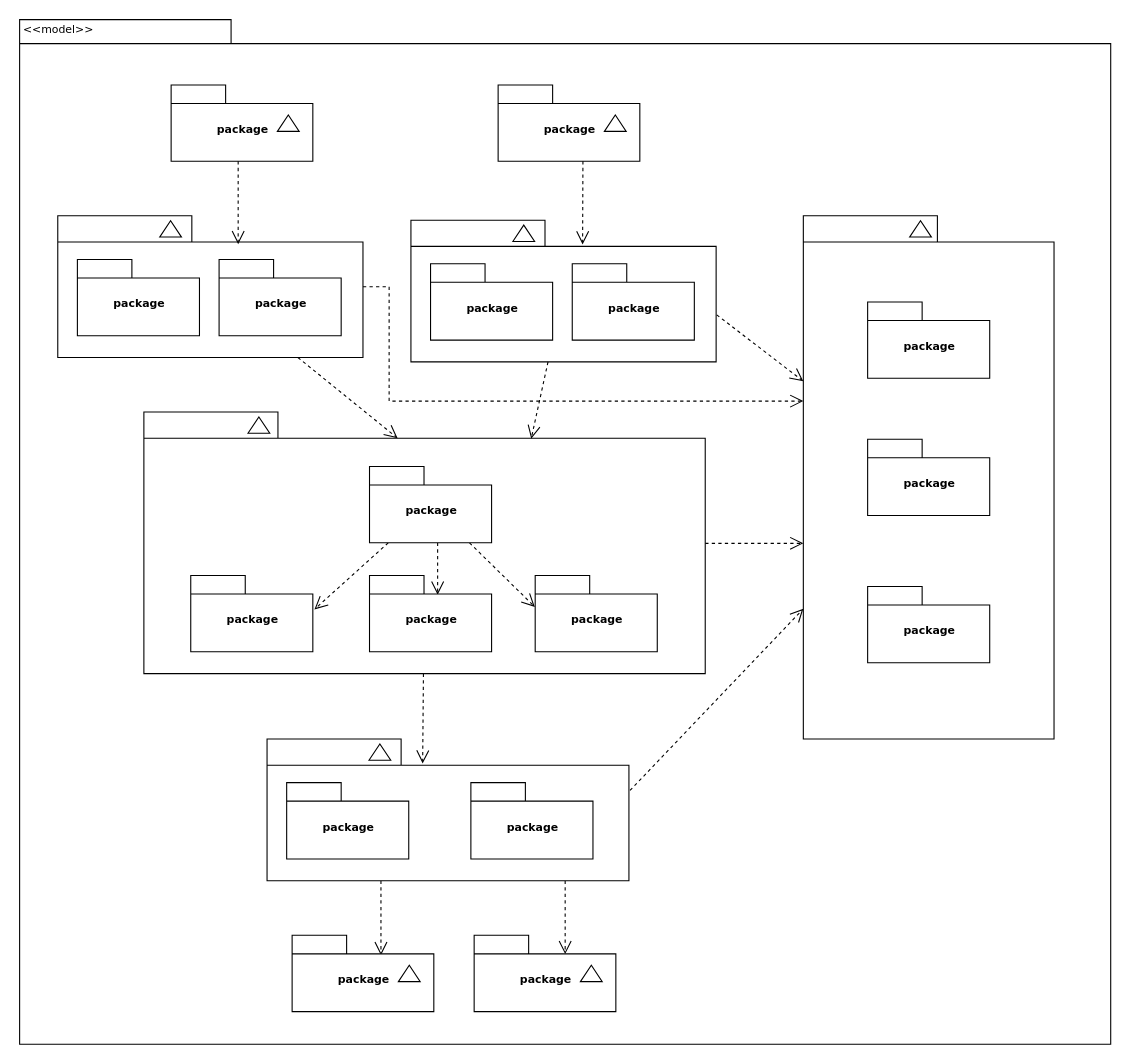
This is documentation/diagrams/Untitled Diagram.drawio from CharlieJP05/GDIP, a draw.io file, before an edit. Source tidied: cells renumbered, new cells numbered last; positions are measured from the earlier drawing's top-left corner, leaving out a move shared by most shapes. Both pictures are drawn from the tidied source at 109%, with x=0, y=0 at pixel (19, 19).
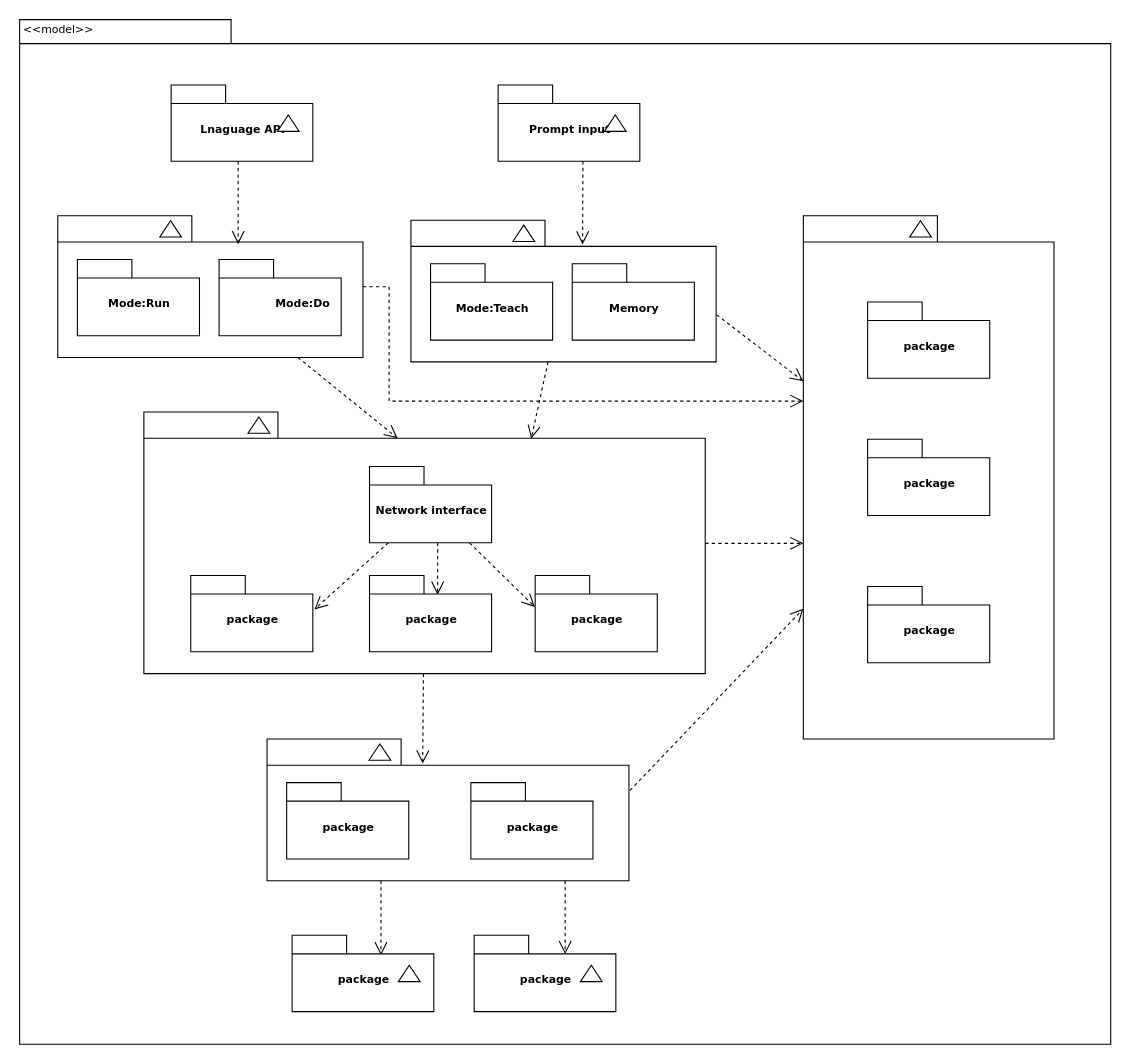
After the change.

The change refers to these unchanged cells:
```xml
<mxCell id="3" style="group;" parent="1" vertex="1">
  <mxGeometry x="139.5" y="60.5" width="130" height="70" as="geometry" />
</mxCell>
<mxCell id="6" style="group;" parent="1" vertex="1">
  <mxGeometry x="439.5" y="60.5" width="130" height="70" as="geometry" />
</mxCell>
<mxCell id="9" style="group;" parent="1" vertex="1">
  <mxGeometry x="35.5" y="180.5" width="280" height="130" as="geometry" />
</mxCell>
<mxCell id="14" style="group;" parent="1" vertex="1">
  <mxGeometry x="359.5" y="184.5" width="280" height="130" as="geometry" />
</mxCell>
```

What changed in the source:
```diff
@@
-    <mxCell id="4" value="package" style="shape=folder;fontStyle=1;spacingTop=10;tabWidth=50;tabHeight=17;tabPosition=left;html=1;rounded=0;shadow=0;comic=0;labelBackgroundColor=none;strokeWidth=1;fontFamily=Verdana;fontSize=10;align=center;" parent="3" vertex="1">
+    <mxCell id="4" value="Lnaguage API" style="shape=folder;fontStyle=1;spacingTop=10;tabWidth=50;tabHeight=17;tabPosition=left;html=1;rounded=0;shadow=0;comic=0;labelBackgroundColor=none;strokeWidth=1;fontFamily=Verdana;fontSize=10;align=center;" parent="3" vertex="1">
       <mxGeometry width="130" height="70" as="geometry" />
     </mxCell>
@@
-    <mxCell id="7" value="package" style="shape=folder;fontStyle=1;spacingTop=10;tabWidth=50;tabHeight=17;tabPosition=left;html=1;rounded=0;shadow=0;comic=0;labelBackgroundColor=none;strokeWidth=1;fontFamily=Verdana;fontSize=10;align=center;" parent="6" vertex="1">
+    <mxCell id="7" value="Prompt input" style="shape=folder;fontStyle=1;spacingTop=10;tabWidth=50;tabHeight=17;tabPosition=left;html=1;rounded=0;shadow=0;comic=0;labelBackgroundColor=none;strokeWidth=1;fontFamily=Verdana;fontSize=10;align=center;" parent="6" vertex="1">
       <mxGeometry width="130" height="70" as="geometry" />
     </mxCell>
@@
-    <mxCell id="12" value="package" style="shape=folder;fontStyle=1;spacingTop=10;tabWidth=50;tabHeight=17;tabPosition=left;html=1;rounded=0;shadow=0;comic=0;labelBackgroundColor=none;strokeWidth=1;fontFamily=Verdana;fontSize=10;align=center;" parent="9" vertex="1">
+    <mxCell id="12" value="Mode:Run" style="shape=folder;fontStyle=1;spacingTop=10;tabWidth=50;tabHeight=17;tabPosition=left;html=1;rounded=0;shadow=0;comic=0;labelBackgroundColor=none;strokeWidth=1;fontFamily=Verdana;fontSize=10;align=center;" parent="9" vertex="1">
       <mxGeometry x="18" y="40" width="112" height="70" as="geometry" />
     </mxCell>
-    <mxCell id="13" value="package" style="shape=folder;fontStyle=1;spacingTop=10;tabWidth=50;tabHeight=17;tabPosition=left;html=1;rounded=0;shadow=0;comic=0;labelBackgroundColor=none;strokeWidth=1;fontFamily=Verdana;fontSize=10;align=center;" parent="9" vertex="1">
+    <mxCell id="13" value="&lt;blockquote style=&quot;margin: 0 0 0 40px; border: none; padding: 0px;&quot;&gt;Mode:Do&lt;/blockquote&gt;" style="shape=folder;fontStyle=1;spacingTop=10;tabWidth=50;tabHeight=17;tabPosition=left;html=1;rounded=0;shadow=0;comic=0;labelBackgroundColor=none;strokeWidth=1;fontFamily=Verdana;fontSize=10;align=center;" parent="9" vertex="1">
       <mxGeometry x="148" y="40" width="112" height="70" as="geometry" />
     </mxCell>
@@
-    <mxCell id="17" value="package" style="shape=folder;fontStyle=1;spacingTop=10;tabWidth=50;tabHeight=17;tabPosition=left;html=1;rounded=0;shadow=0;comic=0;labelBackgroundColor=none;strokeWidth=1;fontFamily=Verdana;fontSize=10;align=center;" parent="14" vertex="1">
+    <mxCell id="17" value="Mode:Teach" style="shape=folder;fontStyle=1;spacingTop=10;tabWidth=50;tabHeight=17;tabPosition=left;html=1;rounded=0;shadow=0;comic=0;labelBackgroundColor=none;strokeWidth=1;fontFamily=Verdana;fontSize=10;align=center;" parent="14" vertex="1">
       <mxGeometry x="18" y="40" width="112" height="70" as="geometry" />
     </mxCell>
-    <mxCell id="18" value="package" style="shape=folder;fontStyle=1;spacingTop=10;tabWidth=50;tabHeight=17;tabPosition=left;html=1;rounded=0;shadow=0;comic=0;labelBackgroundColor=none;strokeWidth=1;fontFamily=Verdana;fontSize=10;align=center;" parent="14" vertex="1">
+    <mxCell id="18" value="Memory" style="shape=folder;fontStyle=1;spacingTop=10;tabWidth=50;tabHeight=17;tabPosition=left;html=1;rounded=0;shadow=0;comic=0;labelBackgroundColor=none;strokeWidth=1;fontFamily=Verdana;fontSize=10;align=center;" parent="14" vertex="1">
       <mxGeometry x="148" y="40" width="112" height="70" as="geometry" />
     </mxCell>
@@
-    <mxCell id="32" value="package" style="shape=folder;fontStyle=1;spacingTop=10;tabWidth=50;tabHeight=17;tabPosition=left;html=1;rounded=0;shadow=0;comic=0;labelBackgroundColor=none;strokeColor=#000000;strokeWidth=1;fillColor=#ffffff;fontFamily=Verdana;fontSize=10;fontColor=#000000;align=center;" parent="1" vertex="1">
+    <mxCell id="32" value="Network interface" style="shape=folder;fontStyle=1;spacingTop=10;tabWidth=50;tabHeight=17;tabPosition=left;html=1;rounded=0;shadow=0;comic=0;labelBackgroundColor=none;strokeColor=#000000;strokeWidth=1;fillColor=#ffffff;fontFamily=Verdana;fontSize=10;fontColor=#000000;align=center;" parent="1" vertex="1">
       <mxGeometry x="321.5" y="410.5" width="112" height="70" as="geometry" />
     </mxCell>
```
